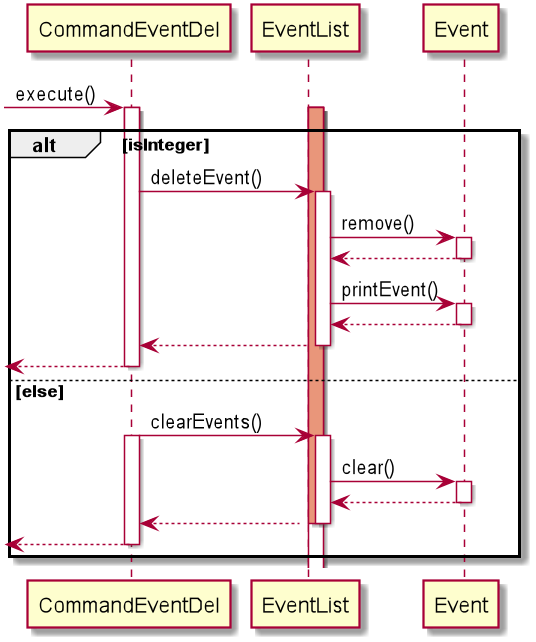
Before: docs/EventDiagram/SequenceDiagram/CommandEventDelete.png, a diagram exported from PlantUML (nus-cs2113-AY2021S1/tp). The source it was exported from:
```plantuml
@startuml

 -> CommandEventDel: execute()
activate CommandEventDel
activate EventList
activate EventList #DarkSalmon
alt isInteger
    CommandEventDel -> EventList : deleteEvent()
    activate EventList
    EventList -> Event: remove()
    activate Event
    return
    EventList -> Event : printEvent()
   activate Event
    return
    return
    return
else else
 CommandEventDel -> EventList : clearEvents()
 activate EventList
 activate CommandEventDel
 EventList -> Event: clear()
 activate Event
 return
 return
 deactivate EventList
 return
 deactivate CommandEventDel
end
@enduml
```
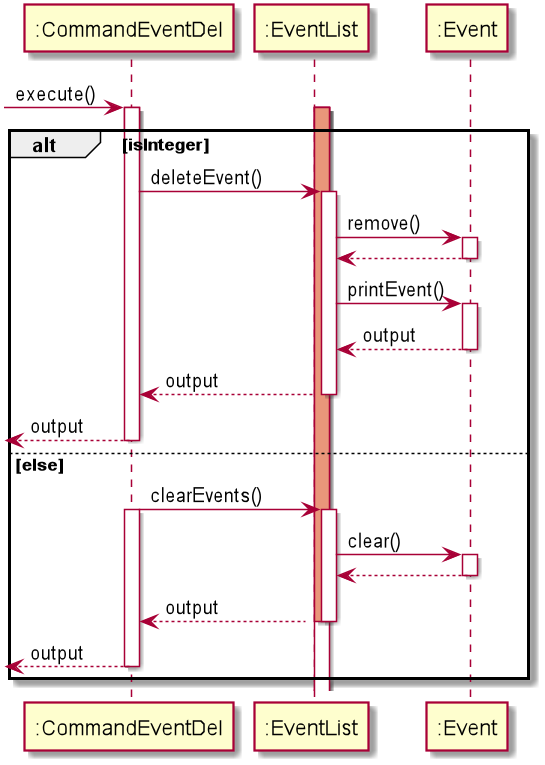
After the commit.

The edit, as a diff of the source:
```diff
@@ -1,30 +1,30 @@
 @startuml
 
- -> CommandEventDel: execute()
-activate CommandEventDel
-activate EventList
-activate EventList #DarkSalmon
+ -> ":CommandEventDel": execute()
+activate ":CommandEventDel"
+activate ":EventList"
+activate ":EventList" #DarkSalmon
 alt isInteger
-    CommandEventDel -> EventList : deleteEvent()
-    activate EventList
-    EventList -> Event: remove()
-    activate Event
+    ":CommandEventDel" -> ":EventList" : deleteEvent()
+    activate ":EventList"
+    ":EventList" -> ":Event": remove()
+    activate ":Event"
     return
-    EventList -> Event : printEvent()
-   activate Event
-    return
-    return
-    return
+    ":EventList" -> ":Event" : printEvent()
+   activate ":Event"
+    return output
+    return output
+    return output
 else else
- CommandEventDel -> EventList : clearEvents()
- activate EventList
- activate CommandEventDel
- EventList -> Event: clear()
- activate Event
+":CommandEventDel" -> ":EventList" : clearEvents()
+ activate ":EventList"
+ activate ":CommandEventDel"
+ ":EventList" -> ":Event": clear()
+ activate ":Event"
  return
- return
- deactivate EventList
- return
- deactivate CommandEventDel
+ return output
+ deactivate ":EventList"
+ return output
+ deactivate ":CommandEventDel"
 end
 @enduml
```
